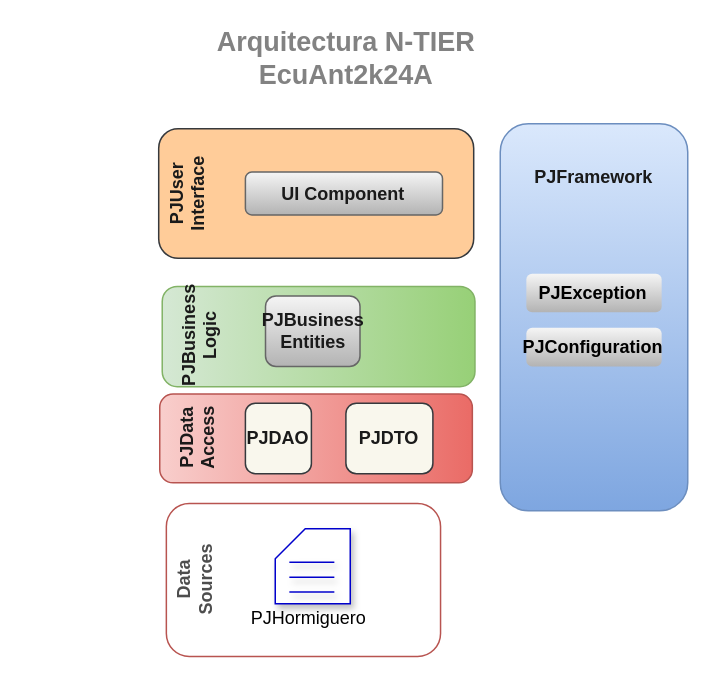
Josselyn1303/PJEcuAnt2k24A keeps this draw.io diagram as Design/PJDiagARQ.dio. Above is the earlier version. Source tidied: cells renumbered, new cells numbered last; positions are measured from the earlier drawing's top-left corner, leaving out a move shared by most shapes. Both pictures are drawn from the tidied source at 150%, with x=0, y=0 at pixel (162, 34).
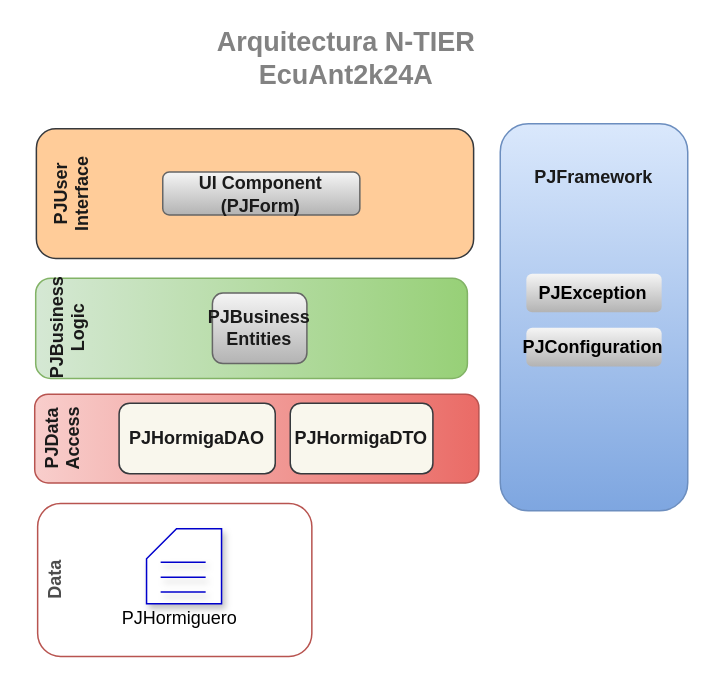
The same diagram, later.

Change to the diagram source:
```diff
@@
-    <mxCell id="2" value="&lt;font color=&quot;#1a1a1a&quot;&gt;&lt;b&gt;PJData&lt;br&gt;Access&lt;br&gt;&lt;/b&gt;&lt;br&gt;&lt;br&gt;&lt;br&gt;&lt;br&gt;&lt;br&gt;&lt;br&gt;&lt;br&gt;&lt;br&gt;&lt;br&gt;&lt;br&gt;&lt;br&gt;&lt;/font&gt;" style="rounded=1;whiteSpace=wrap;html=1;fillColor=#f8cecc;strokeColor=#b85450;rotation=-90;gradientColor=#ea6b66;" parent="1" vertex="1">
-      <mxGeometry x="72.6" y="164.6" width="59.2" height="208.4" as="geometry" />
+    <mxCell id="2" value="&lt;font color=&quot;#1a1a1a&quot;&gt;&lt;b&gt;PJData&lt;br&gt;Access&lt;br&gt;&lt;br&gt;&lt;br&gt;&lt;br&gt;&lt;br&gt;&lt;br&gt;&lt;br&gt;&lt;br&gt;&lt;/b&gt;&lt;br&gt;&lt;br&gt;&lt;br&gt;&lt;br&gt;&lt;br&gt;&lt;br&gt;&lt;br&gt;&lt;br&gt;&lt;br&gt;&lt;br&gt;&lt;br&gt;&lt;/font&gt;" style="rounded=1;whiteSpace=wrap;html=1;fillColor=#f8cecc;strokeColor=#b85450;rotation=-90;gradientColor=#ea6b66;" parent="1" vertex="1">
+      <mxGeometry x="33.1" y="120.8" width="59.2" height="296.1" as="geometry" />
     </mxCell>
-    <mxCell id="3" value="&lt;font color=&quot;#1a1a1a&quot;&gt;&lt;b&gt;PJDAO&lt;/b&gt;&lt;br&gt;&lt;/font&gt;" style="rounded=1;whiteSpace=wrap;html=1;fillColor=#f9f7ed;strokeColor=#36393d;" parent="1" vertex="1">
-      <mxGeometry x="55.1" y="245.3" width="44" height="47" as="geometry" />
+    <mxCell id="3" value="&lt;font color=&quot;#1a1a1a&quot;&gt;&lt;b&gt;PJHormigaDAO&lt;/b&gt;&lt;br&gt;&lt;/font&gt;" style="rounded=1;whiteSpace=wrap;html=1;fillColor=#f9f7ed;strokeColor=#36393d;" parent="1" vertex="1">
+      <mxGeometry x="-29.1" y="245.3" width="104.1" height="47" as="geometry" />
     </mxCell>
@@
-    <mxCell id="5" value="&lt;font color=&quot;#1a1a1a&quot;&gt;&lt;b&gt;&lt;br&gt;PJBusiness&lt;br&gt;Logic&lt;br&gt;&lt;br&gt;&lt;br&gt;&lt;br&gt;&lt;br&gt;&lt;br&gt;&lt;br&gt;&lt;br&gt;&lt;br&gt;&lt;br&gt;&lt;br&gt;&lt;br&gt;&lt;/b&gt;&lt;br&gt;&lt;/font&gt;" style="rounded=1;whiteSpace=wrap;html=1;fillColor=#d5e8d4;strokeColor=#82b366;rotation=-90;gradientColor=#97d077;" parent="1" vertex="1">
-      <mxGeometry x="70.5" y="96.6" width="66.8" height="208.5" as="geometry" />
+    <mxCell id="5" value="&lt;font color=&quot;#1a1a1a&quot;&gt;&lt;b&gt;&lt;br&gt;PJBusiness&lt;br&gt;Logic&lt;br&gt;&lt;br&gt;&lt;br&gt;&lt;br&gt;&lt;br&gt;&lt;br&gt;&lt;br&gt;&lt;br&gt;&lt;br&gt;&lt;br&gt;&lt;br&gt;&lt;br&gt;&lt;br&gt;&lt;br&gt;&lt;br&gt;&lt;/b&gt;&lt;br&gt;&lt;br&gt;&lt;br&gt;&lt;br&gt;&lt;/font&gt;" style="rounded=1;whiteSpace=wrap;html=1;fillColor=#d5e8d4;strokeColor=#82b366;rotation=-90;gradientColor=#97d077;" parent="1" vertex="1">
+      <mxGeometry x="25.8" y="51.5" width="66.8" height="287.8" as="geometry" />
     </mxCell>
     <mxCell id="6" value="&lt;font color=&quot;#1a1a1a&quot;&gt;&lt;b&gt;PJBusiness Entities&lt;/b&gt;&lt;/font&gt;" style="rounded=1;whiteSpace=wrap;html=1;fillColor=#f5f5f5;strokeColor=#666666;gradientColor=#b3b3b3;" parent="1" vertex="1">
-      <mxGeometry x="68.5" y="173.8" width="63" height="47" as="geometry" />
+      <mxGeometry x="33.1" y="171.9" width="63" height="47" as="geometry" />
     </mxCell>
-    <mxCell id="7" value="&lt;b style=&quot;&quot;&gt;&lt;font color=&quot;#4d4d4d&quot;&gt;Data&lt;br&gt;Sources&lt;br&gt;&lt;br&gt;&lt;br&gt;&lt;br&gt;&lt;br&gt;&lt;br&gt;&lt;br&gt;&lt;br&gt;&lt;br&gt;&lt;br&gt;&lt;/font&gt;&lt;br&gt;&lt;/b&gt;" style="rounded=1;whiteSpace=wrap;html=1;fillColor=none;strokeColor=#b85450;rotation=-90;gradientColor=#ea6b66;" parent="1" vertex="1">
-      <mxGeometry x="42.8" y="271.8" width="102" height="182.8" as="geometry" />
+    <mxCell id="7" value="&lt;b style=&quot;&quot;&gt;&lt;font color=&quot;#4d4d4d&quot;&gt;Data&lt;br&gt;&lt;br&gt;&lt;br&gt;&lt;br&gt;&lt;br&gt;&lt;br&gt;&lt;br&gt;&lt;br&gt;&lt;br&gt;&lt;br&gt;&lt;br&gt;&lt;/font&gt;&lt;br&gt;&lt;/b&gt;" style="rounded=1;whiteSpace=wrap;html=1;fillColor=none;strokeColor=#b85450;rotation=-90;gradientColor=#ea6b66;" parent="1" vertex="1">
+      <mxGeometry x="-43" y="271.8" width="102" height="182.8" as="geometry" />
     </mxCell>
-    <mxCell id="8" value="&lt;font color=&quot;#1a1a1a&quot;&gt;&lt;b&gt;PJUser&lt;br&gt;Interface&lt;br&gt;&lt;br&gt;&lt;br&gt;&lt;br&gt;&lt;br&gt;&lt;br&gt;&lt;br&gt;&lt;br&gt;&lt;br&gt;&lt;br&gt;&lt;br&gt;&lt;br&gt;&lt;/b&gt;&lt;br&gt;&lt;/font&gt;" style="rounded=1;whiteSpace=wrap;html=1;fillColor=#ffcc99;strokeColor=#36393d;rotation=-90;" parent="1" vertex="1">
-      <mxGeometry x="59.1" y="0.5" width="86.4" height="210" as="geometry" />
+    <mxCell id="8" value="&lt;font color=&quot;#1a1a1a&quot;&gt;&lt;b&gt;PJUser&lt;br&gt;Interface&lt;br&gt;&lt;br&gt;&lt;br&gt;&lt;br&gt;&lt;br&gt;&lt;br&gt;&lt;br&gt;&lt;br&gt;&lt;br&gt;&lt;br&gt;&lt;br&gt;&lt;br&gt;&lt;/b&gt;&lt;br&gt;&lt;br&gt;&lt;br&gt;&lt;br&gt;&lt;br&gt;&lt;br&gt;&lt;/font&gt;" style="rounded=1;whiteSpace=wrap;html=1;fillColor=#ffcc99;strokeColor=#36393d;rotation=-90;" parent="1" vertex="1">
+      <mxGeometry x="18.3" y="-40.2" width="86.4" height="291.5" as="geometry" />
     </mxCell>
-    <mxCell id="9" value="&lt;span style=&quot;color: rgb(26, 26, 26);&quot;&gt;&lt;b&gt;UI Component&lt;/b&gt;&lt;/span&gt;" style="rounded=1;whiteSpace=wrap;html=1;fillColor=#f5f5f5;strokeColor=#666666;gradientColor=#b3b3b3;" parent="1" vertex="1">
-      <mxGeometry x="55.1" y="91.2" width="131.4" height="28.6" as="geometry" />
+    <mxCell id="9" value="&lt;span style=&quot;color: rgb(26, 26, 26);&quot;&gt;&lt;b&gt;UI Component (PJForm)&lt;/b&gt;&lt;/span&gt;" style="rounded=1;whiteSpace=wrap;html=1;fillColor=#f5f5f5;strokeColor=#666666;gradientColor=#b3b3b3;" parent="1" vertex="1">
+      <mxGeometry y="91.2" width="131.4" height="28.6" as="geometry" />
     </mxCell>
-    <mxCell id="10" value="&lt;font color=&quot;#1a1a1a&quot;&gt;&lt;b&gt;PJDTO&lt;/b&gt;&lt;br&gt;&lt;/font&gt;" style="rounded=1;whiteSpace=wrap;html=1;fillColor=#f9f7ed;strokeColor=#36393d;" parent="1" vertex="1">
-      <mxGeometry x="122.1" y="245.3" width="58" height="47" as="geometry" />
+    <mxCell id="10" value="&lt;font color=&quot;#1a1a1a&quot;&gt;&lt;b&gt;PJHormigaDTO&lt;/b&gt;&lt;br&gt;&lt;/font&gt;" style="rounded=1;whiteSpace=wrap;html=1;fillColor=#f9f7ed;strokeColor=#36393d;" parent="1" vertex="1">
+      <mxGeometry x="85" y="245.3" width="95.1" height="47" as="geometry" />
     </mxCell>
     <mxCell id="11" style="verticalLabelPosition=bottom;verticalAlign=top;html=1;shape=card;whiteSpace=wrap;size=20;arcSize=12;fillColor=#FFFFFF;strokeColor=#0000CC;shadow=1;" parent="1" vertex="1">
-      <mxGeometry x="75" y="329" width="50" height="50" as="geometry" />
+      <mxGeometry x="-10.8" y="329" width="50" height="50" as="geometry" />
     </mxCell>
     <mxCell id="12" style="endArrow=none;html=1;strokeColor=#0000CC;shadow=1;" parent="1" edge="1">
       <mxGeometry relative="1" as="geometry">
-        <mxPoint x="84.4" y="351.3" as="sourcePoint" />
-        <mxPoint x="114.4" y="351.3" as="targetPoint" />
+        <mxPoint x="-1.4" y="351.3" as="sourcePoint" />
+        <mxPoint x="28.6" y="351.3" as="targetPoint" />
       </mxGeometry>
     </mxCell>
     <mxCell id="13" style="endArrow=none;html=1;strokeColor=#0000CC;shadow=1;" parent="1" edge="1">
       <mxGeometry relative="1" as="geometry">
-        <mxPoint x="84.4" y="361.3" as="sourcePoint" />
-        <mxPoint x="114.4" y="361.3" as="targetPoint" />
+        <mxPoint x="-1.4" y="361.3" as="sourcePoint" />
+        <mxPoint x="28.6" y="361.3" as="targetPoint" />
       </mxGeometry>
     </mxCell>
     <mxCell id="14" style="endArrow=none;html=1;strokeColor=#0000CC;shadow=1;" parent="1" edge="1">
       <mxGeometry relative="1" as="geometry">
-        <mxPoint x="84.4" y="371.2" as="sourcePoint" />
-        <mxPoint x="114.4" y="371.2" as="targetPoint" />
+        <mxPoint x="-1.4" y="371.2" as="sourcePoint" />
+        <mxPoint x="28.6" y="371.2" as="targetPoint" />
       </mxGeometry>
     </mxCell>
     <mxCell id="15" value="PJHormiguero" style="text;html=1;strokeColor=none;fillColor=none;align=center;verticalAlign=middle;whiteSpace=wrap;rounded=0;shadow=1;" parent="1" vertex="1">
-      <mxGeometry x="70" y="379" width="55" height="20" as="geometry" />
+      <mxGeometry x="-15.8" y="379" width="55" height="20" as="geometry" />
     </mxCell>
```
